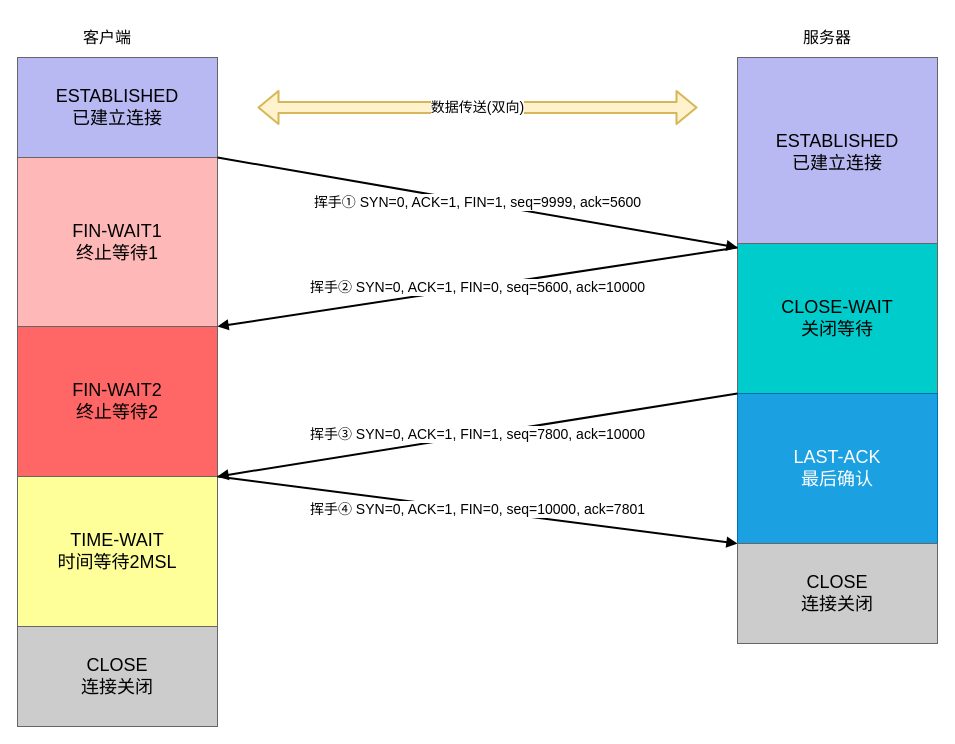
This is FIN3.drawio from snssnsww7/CN-picture, a draw.io file, before an edit. Source tidied: cells renumbered, new cells numbered last; positions are measured from the earlier drawing's top-left corner, leaving out a move shared by most shapes. Both pictures are drawn from the tidied source at 100%, with x=0, y=0 at pixel (17, 17).
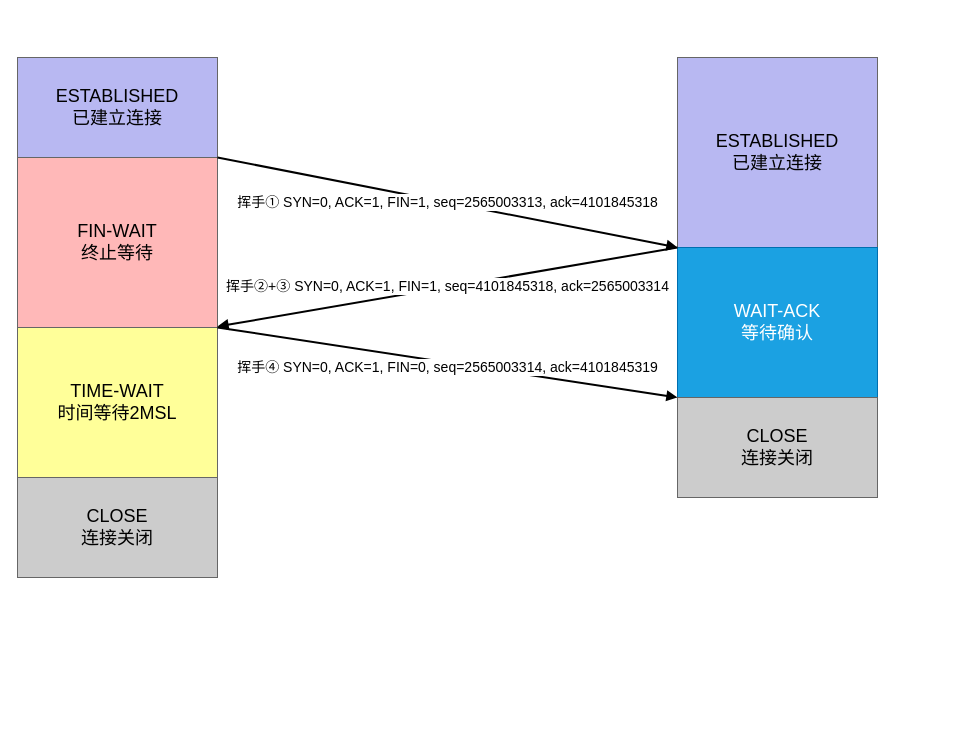
After the change.

What changed in the source:
```diff
@@
 <mxGraphModel>
   <root>
     <mxCell id="0" />
     <mxCell id="1" parent="0" />
-    <mxCell id="2" value="客户端" style="text;html=1;strokeColor=none;fillColor=none;align=center;verticalAlign=middle;whiteSpace=wrap;rounded=0;fontSize=16;" parent="1" vertex="1">
-      <mxGeometry x="40" width="100" height="40" as="geometry" />
-    </mxCell>
     <mxCell id="3" value="&lt;font style=&quot;font-size: 18px;&quot;&gt;ESTABLISHED&lt;br&gt;已建立连接&lt;/font&gt;" style="rounded=0;whiteSpace=wrap;html=1;fillColor=#B8B8F2;strokeColor=#666666;" parent="1" vertex="1">
       <mxGeometry y="40" width="200" height="100" as="geometry" />
     </mxCell>
-    <mxCell id="4" value="&lt;font style=&quot;font-size: 18px;&quot;&gt;FIN-WAIT1&lt;br&gt;终止等待1&lt;/font&gt;" style="rounded=0;whiteSpace=wrap;html=1;fillColor=#FFB8B8;strokeColor=#666666;" parent="1" vertex="1">
+    <mxCell id="4" value="&lt;font style=&quot;font-size: 18px;&quot;&gt;FIN-WAIT&lt;br&gt;终止等待&lt;/font&gt;" style="rounded=0;whiteSpace=wrap;html=1;fillColor=#FFB8B8;strokeColor=#666666;" parent="1" vertex="1">
       <mxGeometry y="140" width="200" height="170" as="geometry" />
     </mxCell>
-    <mxCell id="5" value="&lt;font style=&quot;font-size: 18px;&quot;&gt;FIN-WAIT2&lt;br&gt;终止等待2&lt;/font&gt;" style="rounded=0;whiteSpace=wrap;html=1;fillColor=#FF6666;strokeColor=#666666;" parent="1" vertex="1">
-      <mxGeometry y="309" width="200" height="150" as="geometry" />
-    </mxCell>
     <mxCell id="6" value="&lt;font style=&quot;font-size: 18px;&quot;&gt;&lt;font style=&quot;&quot;&gt;TIME-WAIT&lt;br&gt;时间等待&lt;/font&gt;2MSL&lt;/font&gt;" style="rounded=0;whiteSpace=wrap;html=1;fillColor=#FFFF99;strokeColor=#666666;" parent="1" vertex="1">
-      <mxGeometry y="459" width="200" height="150" as="geometry" />
+      <mxGeometry y="310" width="200" height="150" as="geometry" />
     </mxCell>
     <mxCell id="7" value="&lt;font style=&quot;font-size: 18px;&quot;&gt;CLOSE&lt;br&gt;连接关闭&lt;/font&gt;" style="rounded=0;whiteSpace=wrap;html=1;fillColor=#CCCCCC;strokeColor=#666666;" parent="1" vertex="1">
-      <mxGeometry y="609" width="200" height="100" as="geometry" />
+      <mxGeometry y="460" width="200" height="100" as="geometry" />
     </mxCell>
-    <mxCell id="8" value="服务器" style="text;html=1;strokeColor=none;fillColor=none;align=center;verticalAlign=middle;whiteSpace=wrap;rounded=0;fontSize=16;" parent="1" vertex="1">
-      <mxGeometry x="760" width="100" height="40" as="geometry" />
-    </mxCell>
     <mxCell id="9" value="&lt;font style=&quot;font-size: 18px;&quot;&gt;ESTABLISHED&lt;br&gt;已建立连接&lt;/font&gt;" style="rounded=0;whiteSpace=wrap;html=1;fillColor=#B8B8F2;strokeColor=#666666;" parent="1" vertex="1">
-      <mxGeometry x="720" y="40" width="200" height="190" as="geometry" />
+      <mxGeometry x="660" y="40" width="200" height="190" as="geometry" />
     </mxCell>
-    <mxCell id="10" value="&lt;font style=&quot;font-size: 18px;&quot;&gt;CLOSE-WAIT&lt;br&gt;关闭等待&lt;/font&gt;" style="rounded=0;whiteSpace=wrap;html=1;fillColor=#00CCCC;strokeColor=#666666;" parent="1" vertex="1">
-      <mxGeometry x="720" y="226" width="200" height="150" as="geometry" />
-    </mxCell>
-    <mxCell id="11" value="&lt;font style=&quot;font-size: 18px;&quot;&gt;LAST-ACK&lt;br&gt;最后确认&lt;/font&gt;" style="rounded=0;whiteSpace=wrap;html=1;fillColor=#1ba1e2;strokeColor=#006EAF;fontColor=#ffffff;" parent="1" vertex="1">
-      <mxGeometry x="720" y="376" width="200" height="150" as="geometry" />
+    <mxCell id="11" value="&lt;font style=&quot;font-size: 18px;&quot;&gt;WAIT-ACK&lt;br&gt;等待确认&lt;/font&gt;" style="rounded=0;whiteSpace=wrap;html=1;fillColor=#1ba1e2;strokeColor=#006EAF;fontColor=#ffffff;" parent="1" vertex="1">
+      <mxGeometry x="660" y="230" width="200" height="150" as="geometry" />
     </mxCell>
     <mxCell id="12" value="&lt;font style=&quot;font-size: 18px;&quot;&gt;CLOSE&lt;br&gt;连接关闭&lt;/font&gt;" style="rounded=0;whiteSpace=wrap;html=1;fillColor=#CCCCCC;strokeColor=#666666;" parent="1" vertex="1">
-      <mxGeometry x="720" y="526" width="200" height="100" as="geometry" />
+      <mxGeometry x="660" y="380" width="200" height="100" as="geometry" />
     </mxCell>
-    <mxCell id="13" value="数据传送(双向)" style="endArrow=classic;startArrow=classic;html=1;strokeWidth=2;labelBackgroundColor=#ffffff;fontSize=14;shape=flexArrow;fillColor=#fff2cc;strokeColor=#d6b656;" parent="1" edge="1">
-      <mxGeometry relative="1" as="geometry">
-        <mxPoint x="240" y="90" as="sourcePoint" />
-        <mxPoint x="680" y="90" as="targetPoint" />
-      </mxGeometry>
-    </mxCell>
-    <mxCell id="14" value="挥手① SYN=0, ACK=1, FIN=1, seq=9999, ack=5600" style="endArrow=block;html=1;strokeWidth=2;fillColor=#000000;labelBackgroundColor=#ffffff;fontSize=14;exitX=1;exitY=0;exitDx=0;exitDy=0;entryX=0;entryY=1;entryDx=0;entryDy=0;" parent="1" edge="1" source="4" target="9">
+    <mxCell id="14" value="挥手① SYN=0, ACK=1, FIN=1, seq=2565003313, ack=4101845318" style="endArrow=block;html=1;strokeWidth=2;fillColor=#000000;labelBackgroundColor=#ffffff;fontSize=14;exitX=1;exitY=0;exitDx=0;exitDy=0;entryX=0;entryY=1;entryDx=0;entryDy=0;" parent="1" edge="1" source="4" target="9">
       <mxGeometry relative="1" as="geometry" />
     </mxCell>
-    <mxCell id="15" value="挥手② SYN=0, ACK=1, FIN=0, seq=5600, ack=10000" style="endArrow=block;html=1;strokeWidth=2;fillColor=#000000;labelBackgroundColor=#ffffff;fontSize=14;entryX=1;entryY=0;entryDx=0;entryDy=0;" parent="1" edge="1" target="5">
+    <mxCell id="15" value="挥手②+③ SYN=0, ACK=1, FIN=1, seq=4101845318, ack=2565003314" style="endArrow=block;html=1;strokeWidth=2;fillColor=#000000;labelBackgroundColor=#ffffff;fontSize=14;entryX=1;entryY=0;entryDx=0;entryDy=0;exitX=0;exitY=0;exitDx=0;exitDy=0;" parent="1" edge="1" source="11">
       <mxGeometry relative="1" as="geometry">
-        <mxPoint x="720" y="230" as="sourcePoint" />
+        <mxPoint x="200" y="309" as="targetPoint" />
       </mxGeometry>
     </mxCell>
-    <mxCell id="16" value="挥手③ SYN=0, ACK=1, FIN=1, seq=7800, ack=10000" style="endArrow=block;html=1;strokeWidth=2;fillColor=#000000;labelBackgroundColor=#ffffff;fontSize=14;exitX=0;exitY=0;exitDx=0;exitDy=0;entryX=1;entryY=1;entryDx=0;entryDy=0;" parent="1" edge="1" source="11" target="5">
-      <mxGeometry relative="1" as="geometry" />
-    </mxCell>
-    <mxCell id="17" value="挥手④ SYN=0, ACK=1, FIN=0, seq=10000, ack=7801" style="endArrow=block;html=1;strokeWidth=2;fillColor=#000000;labelBackgroundColor=#ffffff;fontSize=14;exitX=1;exitY=0;exitDx=0;exitDy=0;entryX=0;entryY=1;entryDx=0;entryDy=0;" parent="1" edge="1" source="6" target="11">
-      <mxGeometry relative="1" as="geometry" />
+    <mxCell id="17" value="挥手④ SYN=0, ACK=1, FIN=0, seq=2565003314, ack=4101845319" style="endArrow=block;html=1;strokeWidth=2;fillColor=#000000;labelBackgroundColor=#ffffff;fontSize=14;exitX=1;exitY=0;exitDx=0;exitDy=0;entryX=0;entryY=0;entryDx=0;entryDy=0;" parent="1" edge="1" source="6" target="12">
+      <mxGeometry y="-5" relative="1" as="geometry" />
     </mxCell>
   </root>
 </mxGraphModel>
```
